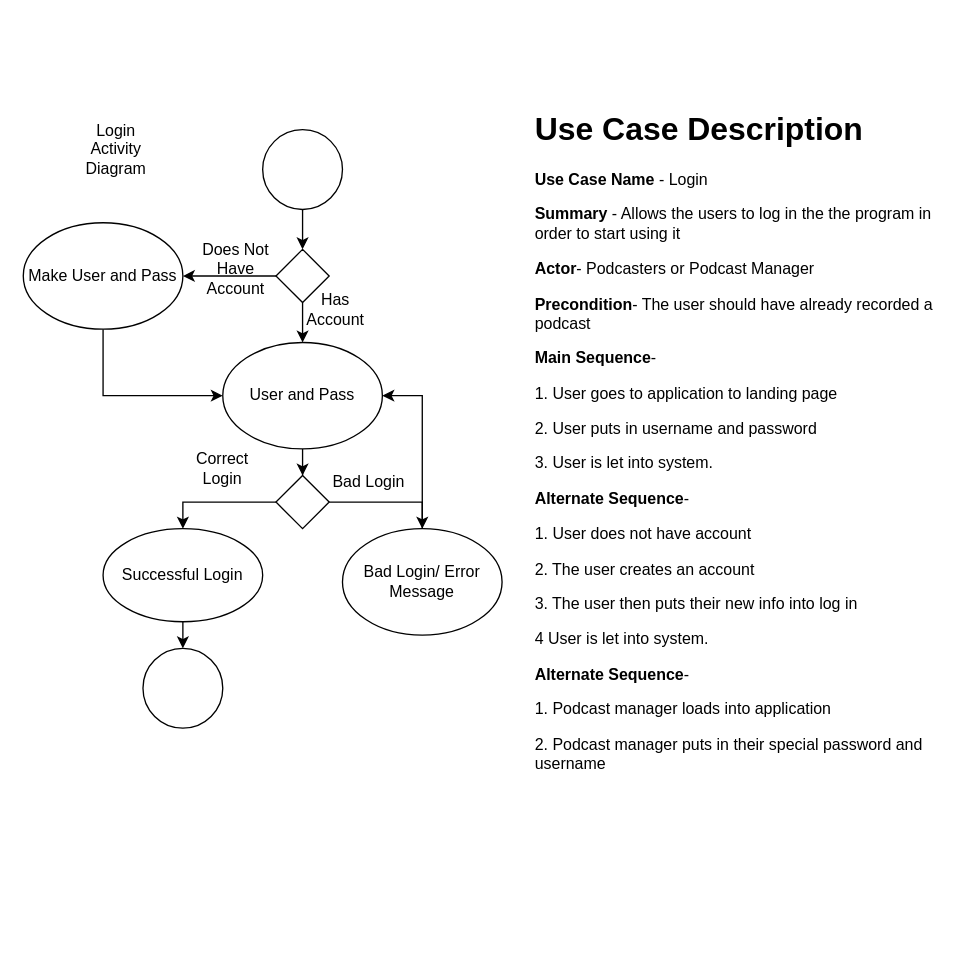
The draw.io diagram loginactivitydiagram.drawio in Glizzus/COMP-3700, before the edit. Source tidied: cells renumbered, new cells numbered last; positions are measured from the earlier drawing's top-left corner, leaving out a move shared by most shapes. Both pictures are drawn from the tidied source at 133%, with x=0, y=0 at pixel (23, 102).
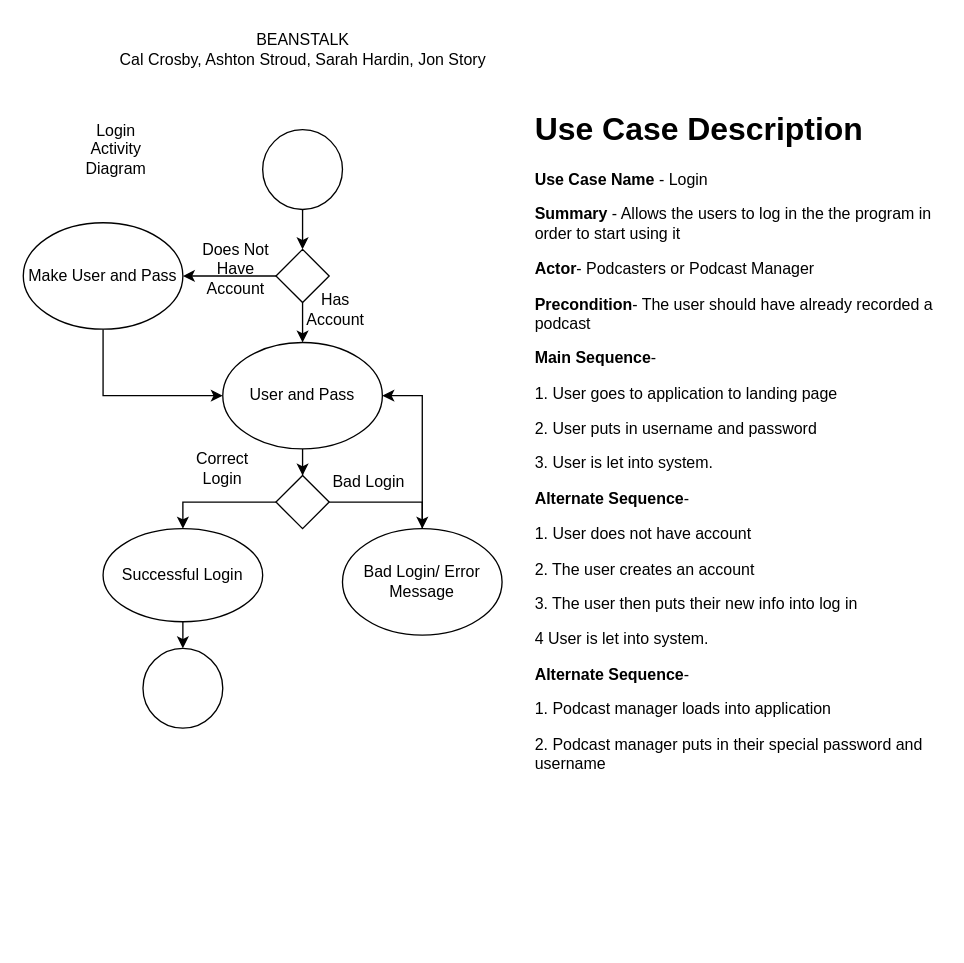
The same page after the edit.

The edit, as a diff of the source:
```diff
@@
+    <mxCell id="25" value="BEANSTALK&lt;br&gt;Cal Crosby, Ashton Stroud, Sarah Hardin, Jon Story" style="text;html=1;align=center;verticalAlign=middle;strokeColor=none;fillColor=none;" parent="1" vertex="1">
+      <mxGeometry x="60" y="-60" width="300" height="40" as="geometry" />
+    </mxCell>
```
